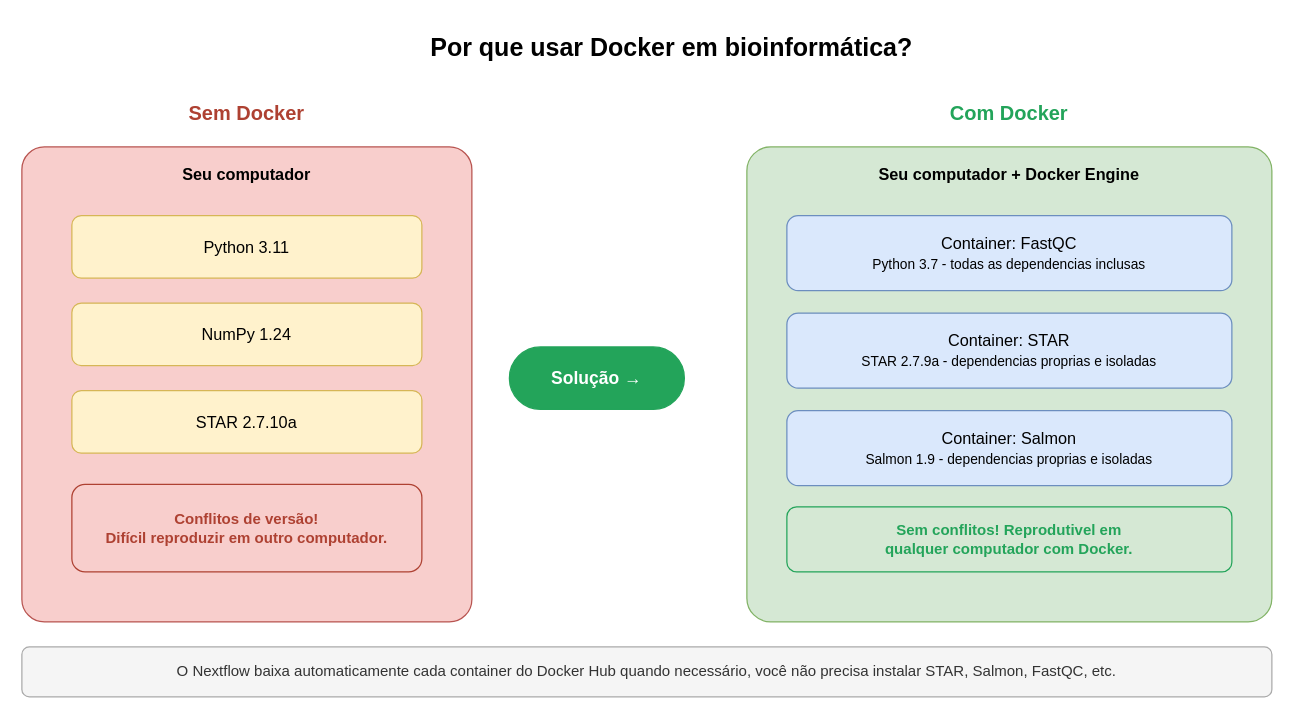
Above: page "Page-1" (1 of 2) of tutorial-quantseq-mestrado/docker-conceito.drawio in madsondeluna/nfcore-rnaseq-docker (draw.io), before the change. Source tidied: cells renumbered, new cells numbered last; positions are measured from the earlier drawing's top-left corner, leaving out a move shared by most shapes. Both pictures are drawn from the tidied source at 125%, with x=0, y=0 at pixel (21, 21).
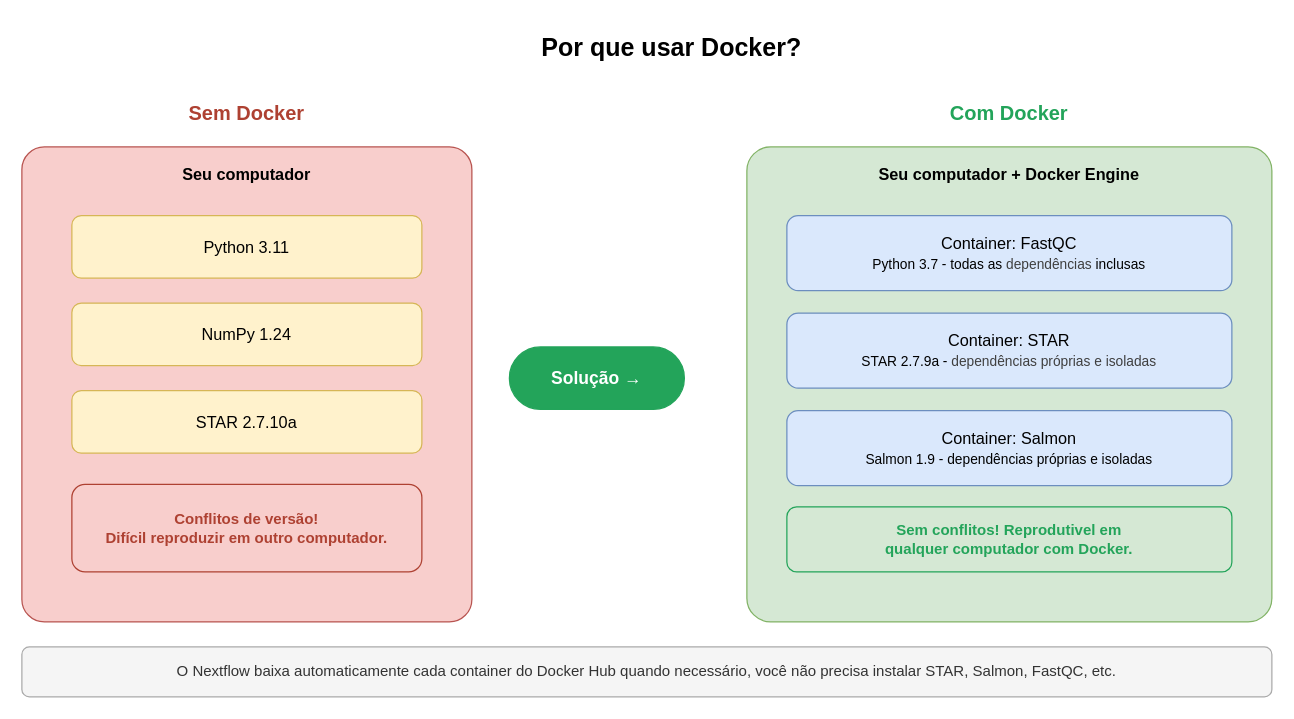
After the change.

Commit message (it also covers changes not shown here):
Refactor code structure for improved readability and maintainability

Diff of the diagram source:
```diff
@@
 <mxGraphModel>
   <root>
     <mxCell id="0" />
     <mxCell id="1" parent="0" />
-    <mxCell id="2" value="Por que usar Docker em bioinformática?" style="text;html=1;strokeColor=none;fillColor=none;align=center;verticalAlign=middle;whiteSpace=wrap;rounded=0;fontSize=20;fontStyle=1;" parent="1" vertex="1">
+    <mxCell id="2" value="Por que usar Docker?" style="text;html=1;strokeColor=none;fillColor=none;align=center;verticalAlign=middle;whiteSpace=wrap;rounded=0;fontSize=20;fontStyle=1;" parent="1" vertex="1">
       <mxGeometry x="90" width="860" height="40" as="geometry" />
     </mxCell>
     <mxCell id="3" value="Sem Docker" style="text;html=1;strokeColor=none;fillColor=none;align=center;verticalAlign=middle;whiteSpace=wrap;rounded=0;fontSize=16;fontStyle=1;fontColor=#AE4132;" parent="1" vertex="1">
       <mxGeometry y="55" width="360" height="35" as="geometry" />
     </mxCell>
     <mxCell id="4" style="rounded=1;whiteSpace=wrap;html=1;fillColor=#f8cecc;strokeColor=#b85450;arcSize=5;" parent="1" vertex="1">
       <mxGeometry y="100" width="360" height="380" as="geometry" />
     </mxCell>
     <mxCell id="5" value="Seu computador" style="text;html=1;strokeColor=none;fillColor=none;align=center;verticalAlign=middle;whiteSpace=wrap;rounded=0;fontSize=13;fontStyle=1;" parent="1" vertex="1">
       <mxGeometry y="107" width="360" height="30" as="geometry" />
     </mxCell>
     <mxCell id="6" value="Python 3.11" style="rounded=1;whiteSpace=wrap;html=1;fillColor=#fff2cc;strokeColor=#d6b656;fontSize=13;" parent="1" vertex="1">
       <mxGeometry x="40" y="155" width="280" height="50" as="geometry" />
     </mxCell>
     <mxCell id="7" value="NumPy 1.24" style="rounded=1;whiteSpace=wrap;html=1;fillColor=#fff2cc;strokeColor=#d6b656;fontSize=13;" parent="1" vertex="1">
       <mxGeometry x="40" y="225" width="280" height="50" as="geometry" />
     </mxCell>
     <mxCell id="8" value="STAR 2.7.10a" style="rounded=1;whiteSpace=wrap;html=1;fillColor=#fff2cc;strokeColor=#d6b656;fontSize=13;" parent="1" vertex="1">
       <mxGeometry x="40" y="295" width="280" height="50" as="geometry" />
     </mxCell>
     <mxCell id="9" value="Conflitos de versão!&lt;br&gt;Difícil reproduzir em outro computador." style="rounded=1;whiteSpace=wrap;html=1;fillColor=#f8cecc;strokeColor=#AE4132;fontSize=12;fontStyle=1;fontColor=#AE4132;" parent="1" vertex="1">
       <mxGeometry x="40" y="370" width="280" height="70" as="geometry" />
     </mxCell>
     <mxCell id="10" value="Solução →" style="rounded=1;whiteSpace=wrap;html=1;fillColor=#23A45A;strokeColor=#23A45A;fontColor=#FFFFFF;fontSize=14;fontStyle=1;arcSize=50;" parent="1" vertex="1">
       <mxGeometry x="390" y="260" width="140" height="50" as="geometry" />
     </mxCell>
     <mxCell id="11" value="Com Docker" style="text;html=1;strokeColor=none;fillColor=none;align=center;verticalAlign=middle;whiteSpace=wrap;rounded=0;fontSize=16;fontStyle=1;fontColor=#23A45A;" parent="1" vertex="1">
       <mxGeometry x="580" y="55" width="420" height="35" as="geometry" />
     </mxCell>
     <mxCell id="12" style="rounded=1;whiteSpace=wrap;html=1;fillColor=#d5e8d4;strokeColor=#82b366;arcSize=5;" parent="1" vertex="1">
       <mxGeometry x="580" y="100" width="420" height="380" as="geometry" />
     </mxCell>
     <mxCell id="13" value="Seu computador + Docker Engine" style="text;html=1;strokeColor=none;fillColor=none;align=center;verticalAlign=middle;whiteSpace=wrap;rounded=0;fontSize=13;fontStyle=1;" parent="1" vertex="1">
       <mxGeometry x="580" y="107" width="420" height="30" as="geometry" />
     </mxCell>
-    <mxCell id="14" value="Container: FastQC&lt;br&gt;&lt;font style=&quot;font-size: 11px;&quot;&gt;Python 3.7 - todas as dependencias inclusas&lt;/font&gt;" style="rounded=1;whiteSpace=wrap;html=1;fillColor=#dae8fc;strokeColor=#6c8ebf;fontSize=13;" parent="1" vertex="1">
+    <mxCell id="14" value="Container: FastQC&lt;br&gt;&lt;font style=&quot;font-size: 11px;&quot;&gt;Python 3.7 - todas as&amp;nbsp;&lt;span style=&quot;color: rgb(63, 63, 63);&quot;&gt;dependências&lt;/span&gt;&amp;nbsp;inclusas&lt;/font&gt;" style="rounded=1;whiteSpace=wrap;html=1;fillColor=#dae8fc;strokeColor=#6c8ebf;fontSize=13;" parent="1" vertex="1">
       <mxGeometry x="612" y="155" width="356" height="60" as="geometry" />
     </mxCell>
-    <mxCell id="15" value="Container: STAR&lt;br&gt;&lt;font style=&quot;font-size: 11px;&quot;&gt;STAR 2.7.9a - dependencias proprias e isoladas&lt;/font&gt;" style="rounded=1;whiteSpace=wrap;html=1;fillColor=#dae8fc;strokeColor=#6c8ebf;fontSize=13;" parent="1" vertex="1">
+    <mxCell id="15" value="Container: STAR&lt;br&gt;&lt;font style=&quot;font-size: 11px;&quot;&gt;STAR 2.7.9a -&amp;nbsp;&lt;/font&gt;&lt;span style=&quot;color: rgb(63, 63, 63); font-size: 11px;&quot;&gt;dependências próprias e isoladas&lt;/span&gt;" style="rounded=1;whiteSpace=wrap;html=1;fillColor=#dae8fc;strokeColor=#6c8ebf;fontSize=13;" parent="1" vertex="1">
       <mxGeometry x="612" y="233" width="356" height="60" as="geometry" />
     </mxCell>
-    <mxCell id="16" value="Container: Salmon&lt;br&gt;&lt;font style=&quot;font-size: 11px;&quot;&gt;Salmon 1.9 - dependencias proprias e isoladas&lt;/font&gt;" style="rounded=1;whiteSpace=wrap;html=1;fillColor=#dae8fc;strokeColor=#6c8ebf;fontSize=13;" parent="1" vertex="1">
+    <mxCell id="16" value="Container: Salmon&lt;br&gt;&lt;font style=&quot;font-size: 11px;&quot;&gt;Salmon 1.9 - dependências próprias e isoladas&lt;/font&gt;" style="rounded=1;whiteSpace=wrap;html=1;fillColor=#dae8fc;strokeColor=#6c8ebf;fontSize=13;" parent="1" vertex="1">
       <mxGeometry x="612" y="311" width="356" height="60" as="geometry" />
     </mxCell>
     <mxCell id="17" value="Sem conflitos! Reprodutivel em&lt;br&gt;qualquer computador com Docker." style="rounded=1;whiteSpace=wrap;html=1;fillColor=#d5e8d4;strokeColor=#23A45A;fontSize=12;fontStyle=1;fontColor=#23A45A;" parent="1" vertex="1">
       <mxGeometry x="612" y="388" width="356" height="52" as="geometry" />
     </mxCell>
     <mxCell id="18" value="O Nextflow baixa automaticamente cada container do Docker Hub quando necessário, você não precisa instalar STAR, Salmon, FastQC, etc." style="text;html=1;strokeColor=#AAAAAA;fillColor=#f5f5f5;align=center;verticalAlign=middle;whiteSpace=wrap;rounded=1;fontSize=12;fontColor=#333333;" parent="1" vertex="1">
       <mxGeometry y="500" width="1000" height="40" as="geometry" />
     </mxCell>
   </root>
 </mxGraphModel>
```
